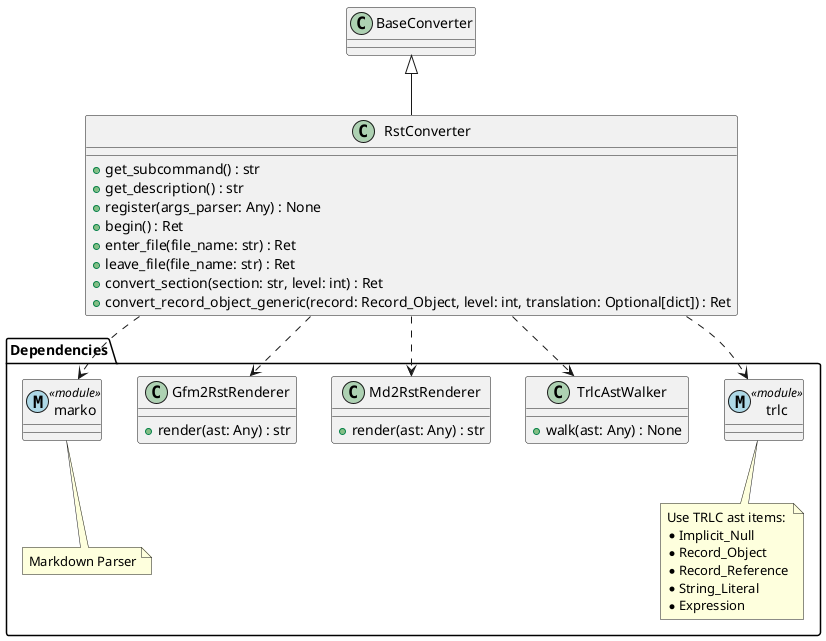
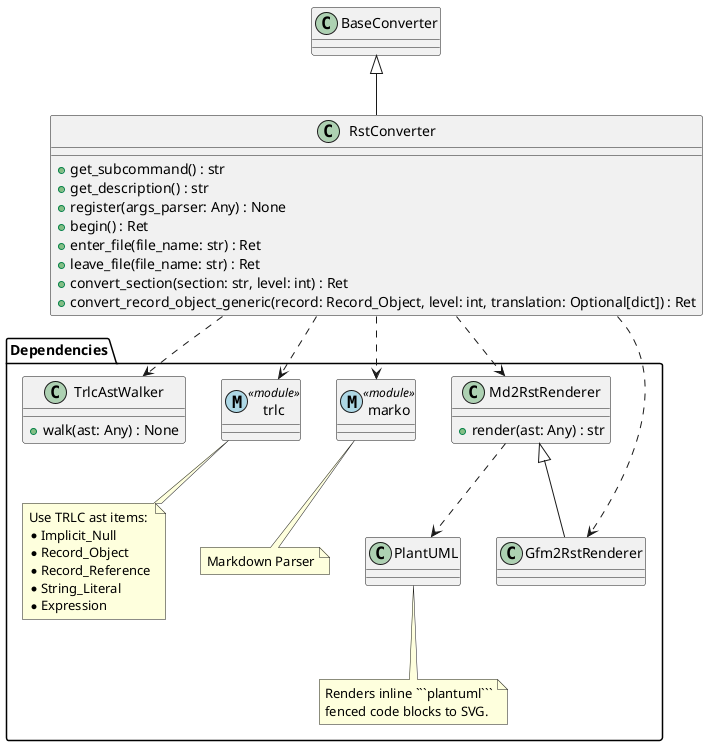
@startuml

class BaseConverter {
}

class RstConverter extends BaseConverter {
    +get_subcommand() : str
    +get_description() : str
    +register(args_parser: Any) : None
    +begin() : Ret
    +enter_file(file_name: str) : Ret
    +leave_file(file_name: str) : Ret
    +convert_section(section: str, level: int) : Ret
    +convert_record_object_generic(record: Record_Object, level: int, translation: Optional[dict]) : Ret
}

' Define external dependencies
package "Dependencies" {

    class trlc <<(M ,lightblue) module>>{
    }

    note bottom of trlc
        Use TRLC ast items:
        * Implicit_Null
        * Record_Object
        * Record_Reference
        * String_Literal
        * Expression
    end note

    class TrlcAstWalker {
        + walk(ast: Any) : None
    }

    class Md2RstRenderer {
        + render(ast: Any) : str
    }

-     class Gfm2RstRenderer {
-         + render(ast: Any) : str
+     class Gfm2RstRenderer extends Md2RstRenderer {
    }

    class marko <<(M ,lightblue) module>> {
    }
    note bottom of marko
        Markdown Parser
+     end note
+ 
+     class PlantUML {
+     }
+     note bottom of PlantUML
+         Renders inline ```plantuml```
+         fenced code blocks to SVG.
    end note
}

' Relationships
RstConverter ..> trlc
RstConverter ..> TrlcAstWalker
RstConverter ..> Md2RstRenderer
RstConverter ..> Gfm2RstRenderer
RstConverter ..> marko
+ Md2RstRenderer ..> PlantUML

@enduml